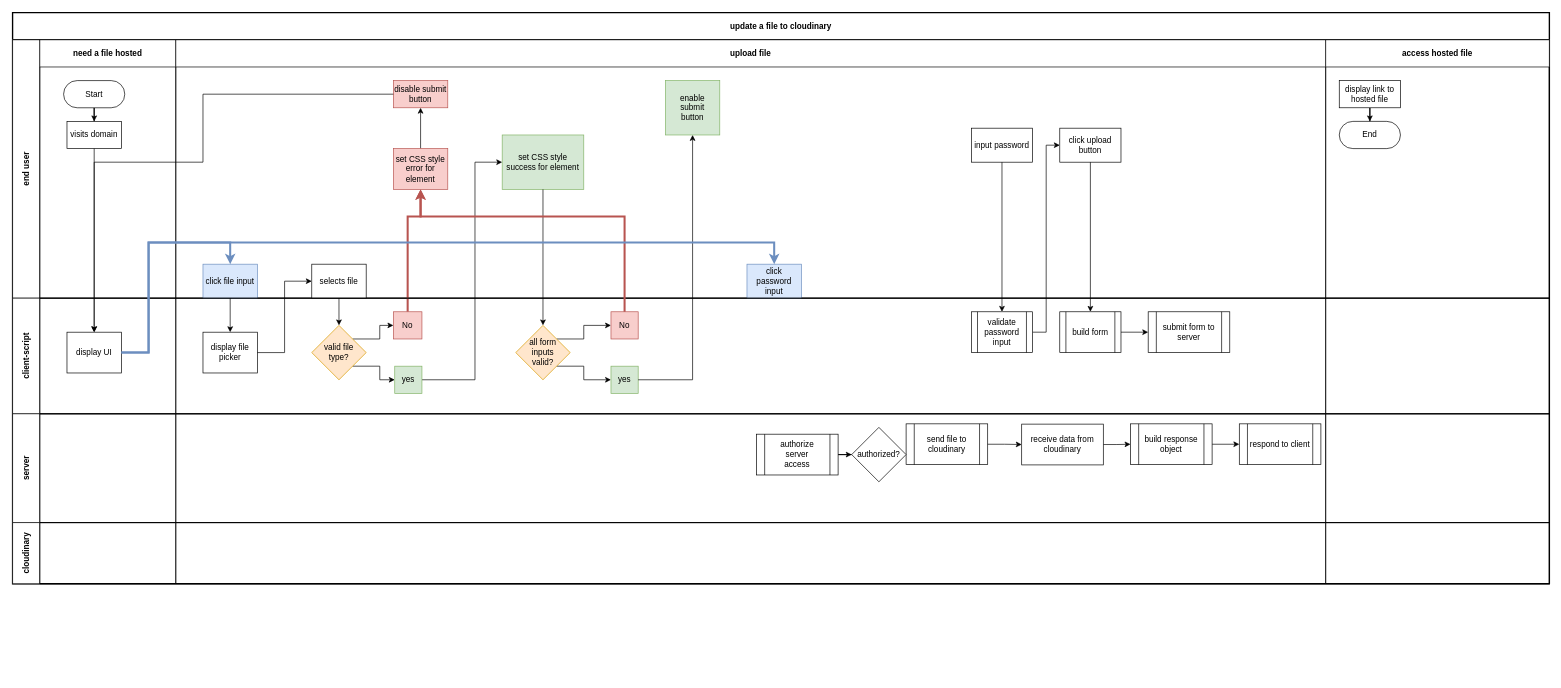
Before: process.drawio in samuelfox1/cloudinary-multer-multimedia-uploader, a draw.io diagram. Source tidied: cells renumbered, new cells numbered last; positions are measured from the earlier drawing's top-left corner, leaving out a move shared by most shapes. Both pictures are drawn from the tidied source at 68%, with x=0, y=0 at pixel (12, 12).
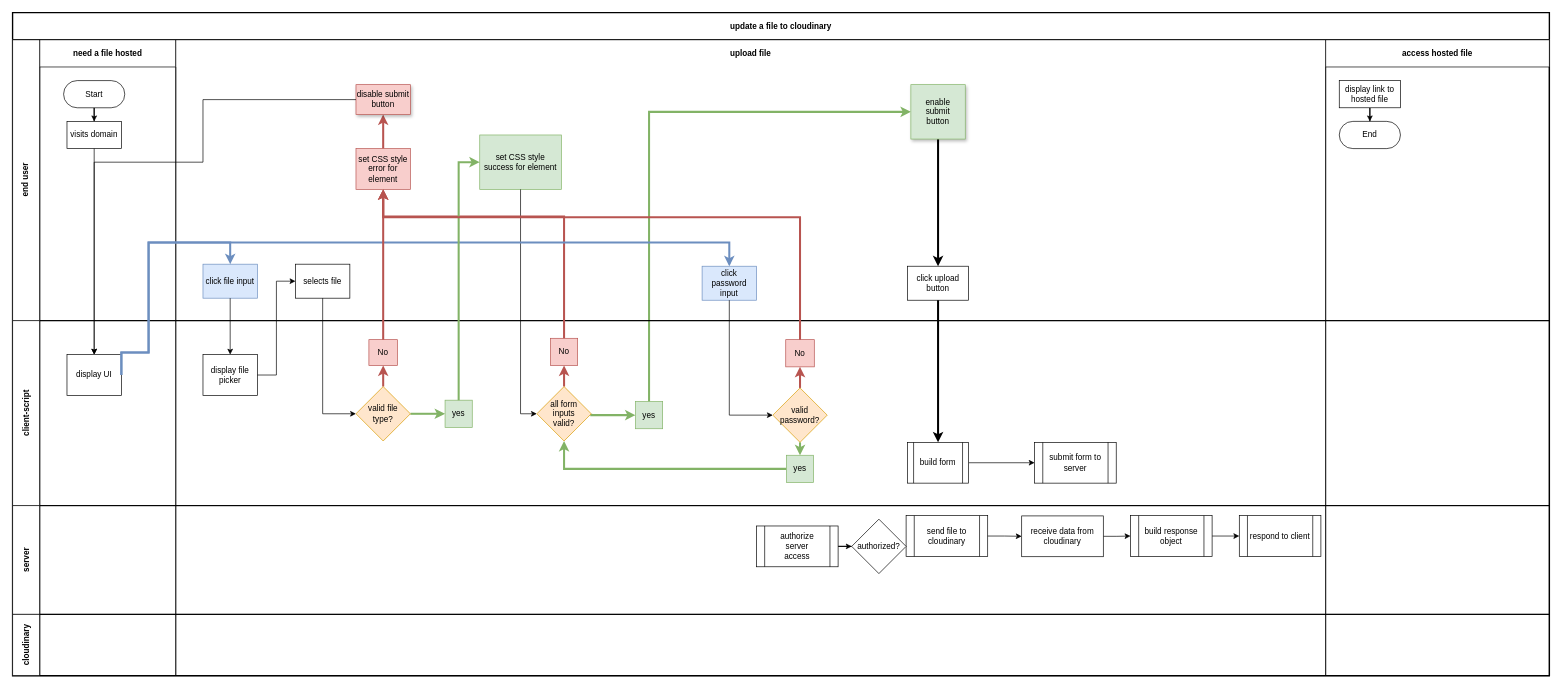
The same diagram, later.

The change refers to these unchanged cells:
```xml
<mxCell id="32" value="display UI" style="rounded=0;whiteSpace=wrap;html=1;" parent="31" vertex="1">
  <mxGeometry x="40" y="50" width="80" height="60" as="geometry" />
</mxCell>
```

The edit, as a diff of the source:
```diff
@@
     <mxCell id="2" value="update a file to cloudinary" style="shape=table;childLayout=tableLayout;rowLines=0;columnLines=0;startSize=40;html=1;whiteSpace=wrap;fontStyle=1;strokeWidth=2;" parent="1" vertex="1">
-      <mxGeometry width="2260" height="840" as="geometry" />
+      <mxGeometry width="2260" height="975.3" as="geometry" />
     </mxCell>
+    <mxCell id="71" style="edgeStyle=orthogonalEdgeStyle;rounded=0;jettySize=auto;html=1;fillColor=#d5e8d4;strokeColor=#82b366;strokeWidth=3;entryX=0;entryY=0.5;entryDx=0;entryDy=0;" parent="2" edge="1" source="48" target="17">
+      <mxGeometry relative="1" as="geometry">
+        <Array as="points">
+          <mxPoint x="936" y="146" />
+        </Array>
+      </mxGeometry>
+    </mxCell>
     <mxCell id="3" value="end user" style="swimlane;horizontal=0;startSize=40;html=1;whiteSpace=wrap;" parent="2" vertex="1">
-      <mxGeometry y="40" width="2260" height="380" as="geometry" />
+      <mxGeometry y="40" width="2260" height="413" as="geometry" />
     </mxCell>
     <mxCell id="4" value="need a file hosted" style="swimlane;startSize=40;html=1;whiteSpace=wrap;" parent="3" vertex="1">
-      <mxGeometry x="40" width="200" height="380" as="geometry" />
+      <mxGeometry x="40" width="200" height="413" as="geometry" />
     </mxCell>
@@
-    <mxCell id="8" value="upload file" style="swimlane;startSize=40;html=1;whiteSpace=wrap;" parent="3" vertex="1">
-      <mxGeometry x="240" width="1691" height="380" as="geometry" />
+    <mxCell id="8" value="upload file" style="swimlane;startSize=40;html=1;whiteSpace=wrap;swimlaneLine=0;shadow=0;" parent="3" vertex="1">
+      <mxGeometry x="240" width="1691" height="413" as="geometry" />
     </mxCell>
@@
     <mxCell id="10" value="selects file" style="rounded=0;whiteSpace=wrap;html=1;" parent="8" vertex="1">
-      <mxGeometry x="200" y="330" width="80" height="50" as="geometry" />
+      <mxGeometry x="176" y="330" width="80" height="50" as="geometry" />
     </mxCell>
-    <mxCell id="11" value="input password" style="rounded=0;whiteSpace=wrap;html=1;" parent="8" vertex="1">
-      <mxGeometry x="1170" y="130" width="90" height="50" as="geometry" />
-    </mxCell>
     <mxCell id="12" value="click upload button" style="rounded=0;whiteSpace=wrap;html=1;" parent="8" vertex="1">
-      <mxGeometry x="1300" y="130" width="90" height="50" as="geometry" />
+      <mxGeometry x="1076" y="333" width="90" height="50" as="geometry" />
     </mxCell>
-    <mxCell id="13" style="edgeStyle=orthogonalEdgeStyle;rounded=0;jettySize=auto;html=1;" parent="8" edge="1" source="14" target="16">
+    <mxCell id="13" style="edgeStyle=orthogonalEdgeStyle;rounded=0;jettySize=auto;html=1;fillColor=#f8cecc;strokeColor=#b85450;strokeWidth=3;" parent="8" edge="1" source="14" target="16">
       <mxGeometry relative="1" as="geometry" />
     </mxCell>
     <mxCell id="14" value="set CSS style &lt;br&gt;error for element" style="whiteSpace=wrap;html=1;fillColor=#f8cecc;strokeColor=#b85450;" parent="8" vertex="1">
-      <mxGeometry x="320" y="160" width="80" height="60" as="geometry" />
+      <mxGeometry x="265" y="160" width="80" height="60" as="geometry" />
     </mxCell>
     <mxCell id="15" value="set CSS style&lt;br&gt;success for element" style="whiteSpace=wrap;html=1;fillColor=#d5e8d4;strokeColor=#82b366;" parent="8" vertex="1">
-      <mxGeometry x="480" y="140" width="120" height="80" as="geometry" />
+      <mxGeometry x="447" y="140" width="120" height="80" as="geometry" />
     </mxCell>
-    <mxCell id="16" value="disable submit&lt;br&gt;button" style="whiteSpace=wrap;html=1;fillColor=#f8cecc;strokeColor=#b85450;" parent="8" vertex="1">
-      <mxGeometry x="320" y="60" width="80" height="40" as="geometry" />
+    <mxCell id="16" value="disable submit&lt;br&gt;button" style="whiteSpace=wrap;html=1;fillColor=#f8cecc;strokeColor=#b85450;shadow=1;" parent="8" vertex="1">
+      <mxGeometry x="265" y="66" width="80" height="44" as="geometry" />
     </mxCell>
+    <mxCell id="76" style="edgeStyle=orthogonalEdgeStyle;rounded=0;jettySize=auto;html=1;exitX=0.5;exitY=1;exitDx=0;exitDy=0;entryX=0.5;entryY=0;entryDx=0;entryDy=0;strokeWidth=3;" parent="8" edge="1" source="17" target="12">
+      <mxGeometry relative="1" as="geometry" />
+    </mxCell>
-    <mxCell id="17" value="enable&lt;br&gt;submit&lt;br&gt;button" style="whiteSpace=wrap;html=1;fillColor=#d5e8d4;strokeColor=#82b366;" parent="8" vertex="1">
-      <mxGeometry x="720" y="60" width="80" height="80" as="geometry" />
+    <mxCell id="17" value="enable&lt;br&gt;submit&lt;br&gt;button" style="whiteSpace=wrap;html=1;fillColor=#d5e8d4;strokeColor=#82b366;shadow=1;" parent="8" vertex="1">
+      <mxGeometry x="1081" y="66" width="80" height="80" as="geometry" />
     </mxCell>
     <mxCell id="18" value="click password input" style="rounded=0;whiteSpace=wrap;html=1;fillColor=#dae8fc;strokeColor=#6c8ebf;" parent="8" vertex="1">
-      <mxGeometry x="840" y="330" width="80" height="50" as="geometry" />
+      <mxGeometry x="774" y="333" width="80" height="50" as="geometry" />
     </mxCell>
     <mxCell id="19" value="access hosted file" style="swimlane;startSize=40;html=1;whiteSpace=wrap;" parent="3" vertex="1">
-      <mxGeometry x="1931" width="329" height="380" as="geometry" />
+      <mxGeometry x="1931" width="329" height="413" as="geometry" />
     </mxCell>
@@
-    <mxCell id="24" style="edgeStyle=orthogonalEdgeStyle;rounded=0;jettySize=auto;html=1;exitX=0.5;exitY=1;exitDx=0;exitDy=0;entryX=0.5;entryY=0;entryDx=0;entryDy=0;" parent="2" edge="1" source="11" target="35">
-      <mxGeometry relative="1" as="geometry" />
-    </mxCell>
-    <mxCell id="25" style="edgeStyle=orthogonalEdgeStyle;rounded=0;jettySize=auto;html=1;exitX=1;exitY=0.5;exitDx=0;exitDy=0;entryX=0;entryY=0.5;entryDx=0;entryDy=0;" parent="2" edge="1" source="35" target="12">
-      <mxGeometry relative="1" as="geometry" />
-    </mxCell>
-    <mxCell id="26" style="edgeStyle=orthogonalEdgeStyle;rounded=0;jettySize=auto;html=1;exitX=0.5;exitY=1;exitDx=0;exitDy=0;entryX=0.5;entryY=0;entryDx=0;entryDy=0;" parent="2" edge="1" source="12" target="37">
-      <mxGeometry relative="1" as="geometry" />
-    </mxCell>
-    <mxCell id="27" style="edgeStyle=orthogonalEdgeStyle;rounded=0;jettySize=auto;html=1;entryX=0;entryY=0.5;entryDx=0;entryDy=0;strokeWidth=1;" parent="2" edge="1" source="43" target="15">
-      <mxGeometry relative="1" as="geometry">
-        <Array as="points">
-          <mxPoint x="680" y="540" />
-          <mxPoint x="680" y="220" />
-        </Array>
-      </mxGeometry>
-    </mxCell>
-    <mxCell id="28" style="edgeStyle=orthogonalEdgeStyle;rounded=0;jettySize=auto;html=1;" parent="2" edge="1" source="15" target="46">
+    <mxCell id="28" style="edgeStyle=orthogonalEdgeStyle;rounded=0;jettySize=auto;html=1;entryX=0;entryY=0.5;entryDx=0;entryDy=0;" parent="2" edge="1" source="15" target="46">
       <mxGeometry relative="1" as="geometry" />
     </mxCell>
-    <mxCell id="29" style="edgeStyle=orthogonalEdgeStyle;rounded=0;jettySize=auto;html=1;exitX=0.5;exitY=0;exitDx=0;exitDy=0;entryX=0.5;entryY=1;entryDx=0;entryDy=0;fillColor=#f8cecc;strokeColor=#b85450;strokeWidth=3;" parent="2" edge="1" source="42" target="14">
-      <mxGeometry relative="1" as="geometry">
-        <Array as="points">
-          <mxPoint x="581" y="300" />
-          <mxPoint x="600" y="300" />
-        </Array>
-      </mxGeometry>
-    </mxCell>
     <mxCell id="30" value="client-script" style="swimlane;horizontal=0;startSize=40;html=1;whiteSpace=wrap;" parent="2" vertex="1">
-      <mxGeometry y="420" width="2260" height="170" as="geometry" />
+      <mxGeometry y="453" width="2260" height="272" as="geometry" />
     </mxCell>
     <mxCell id="31" style="swimlane;startSize=0;html=1;whiteSpace=wrap;" parent="30" vertex="1">
-      <mxGeometry x="40" width="200" height="170" as="geometry" />
+      <mxGeometry x="40" width="200" height="272" as="geometry" />
     </mxCell>
@@
     <mxCell id="33" style="swimlane;startSize=0;html=1;whiteSpace=wrap;" parent="30" vertex="1">
-      <mxGeometry x="240" width="1691" height="170" as="geometry" />
+      <mxGeometry x="240" width="1691" height="272" as="geometry" />
     </mxCell>
@@
-    <mxCell id="35" value="validate password&lt;br&gt;input" style="shape=process;whiteSpace=wrap;html=1;backgroundOutline=1;" parent="33" vertex="1">
-      <mxGeometry x="1170" y="20" width="90" height="60" as="geometry" />
-    </mxCell>
@@
     <mxCell id="37" value="build form" style="shape=process;whiteSpace=wrap;html=1;backgroundOutline=1;rounded=0;shadow=0;glass=0;sketch=0;fillColor=default;gradientColor=none;" parent="33" vertex="1">
-      <mxGeometry x="1300" y="20" width="90" height="60" as="geometry" />
+      <mxGeometry x="1076" y="179" width="90" height="60" as="geometry" />
     </mxCell>
     <mxCell id="38" value="submit form to server" style="shape=process;whiteSpace=wrap;html=1;backgroundOutline=1;rounded=0;shadow=0;glass=0;sketch=0;fillColor=default;gradientColor=none;" parent="33" vertex="1">
-      <mxGeometry x="1430" y="20" width="120" height="60" as="geometry" />
+      <mxGeometry x="1263" y="179" width="120" height="60" as="geometry" />
     </mxCell>
+    <mxCell id="40" style="edgeStyle=orthogonalEdgeStyle;rounded=0;jettySize=auto;html=1;exitX=1;exitY=0.5;exitDx=0;exitDy=0;entryX=0;entryY=0.5;entryDx=0;entryDy=0;strokeWidth=3;fillColor=#d5e8d4;strokeColor=#82b366;" parent="33" edge="1" source="41" target="43">
+      <mxGeometry relative="1" as="geometry" />
+    </mxCell>
-    <mxCell id="39" style="edgeStyle=orthogonalEdgeStyle;rounded=0;jettySize=auto;html=1;exitX=1;exitY=0;exitDx=0;exitDy=0;entryX=0;entryY=0.5;entryDx=0;entryDy=0;" parent="33" edge="1" source="41" target="42">
-      <mxGeometry relative="1" as="geometry">
-        <Array as="points">
-          <mxPoint x="300" y="60" />
-          <mxPoint x="300" y="40" />
-        </Array>
-      </mxGeometry>
+    <mxCell id="39" style="edgeStyle=orthogonalEdgeStyle;rounded=0;jettySize=auto;html=1;exitX=0.5;exitY=0;exitDx=0;exitDy=0;entryX=0.5;entryY=1;entryDx=0;entryDy=0;strokeWidth=3;fillColor=#f8cecc;strokeColor=#b85450;" parent="33" edge="1" source="41" target="42">
+      <mxGeometry relative="1" as="geometry" />
     </mxCell>
-    <mxCell id="40" style="edgeStyle=orthogonalEdgeStyle;rounded=0;jettySize=auto;html=1;exitX=1;exitY=1;exitDx=0;exitDy=0;entryX=0;entryY=0.5;entryDx=0;entryDy=0;" parent="33" edge="1" source="41" target="43">
-      <mxGeometry relative="1" as="geometry">
-        <Array as="points">
-          <mxPoint x="300" y="100" />
-          <mxPoint x="300" y="120" />
-        </Array>
-      </mxGeometry>
-    </mxCell>
     <mxCell id="41" value="valid file &lt;br&gt;type?" style="rhombus;whiteSpace=wrap;html=1;fillColor=#ffe6cc;strokeColor=#d79b00;" parent="33" vertex="1">
-      <mxGeometry x="200" y="40" width="80" height="80" as="geometry" />
+      <mxGeometry x="265" y="97" width="80" height="80" as="geometry" />
     </mxCell>
-    <mxCell id="42" value="No" style="whiteSpace=wrap;html=1;fillColor=#f8cecc;strokeColor=#b85450;" parent="33" vertex="1">
-      <mxGeometry x="320" y="20" width="42" height="40" as="geometry" />
-    </mxCell>
     <mxCell id="43" value="yes" style="whiteSpace=wrap;html=1;fillColor=#d5e8d4;strokeColor=#82b366;" parent="33" vertex="1">
-      <mxGeometry x="322" y="100" width="40" height="40" as="geometry" />
+      <mxGeometry x="396" y="117" width="40" height="40" as="geometry" />
     </mxCell>
+    <mxCell id="45" style="edgeStyle=orthogonalEdgeStyle;rounded=0;jettySize=auto;html=1;exitX=1;exitY=0.5;exitDx=0;exitDy=0;entryX=0;entryY=0.5;entryDx=0;entryDy=0;fillColor=#d5e8d4;strokeColor=#82b366;strokeWidth=3;" parent="33" edge="1" source="46" target="48">
+      <mxGeometry relative="1" as="geometry">
+        <Array as="points">
+          <mxPoint x="611" y="139" />
+        </Array>
+      </mxGeometry>
+    </mxCell>
-    <mxCell id="44" style="edgeStyle=orthogonalEdgeStyle;rounded=0;jettySize=auto;html=1;exitX=1;exitY=0;exitDx=0;exitDy=0;entryX=0;entryY=0.5;entryDx=0;entryDy=0;" parent="33" edge="1" source="46" target="47">
-      <mxGeometry relative="1" as="geometry">
-        <Array as="points">
-          <mxPoint x="600" y="60" />
-          <mxPoint x="600" y="40" />
-        </Array>
-      </mxGeometry>
+    <mxCell id="44" style="edgeStyle=orthogonalEdgeStyle;rounded=0;jettySize=auto;html=1;exitX=0.5;exitY=0;exitDx=0;exitDy=0;entryX=0.5;entryY=1;entryDx=0;entryDy=0;strokeWidth=3;fillColor=#f8cecc;strokeColor=#b85450;" parent="33" edge="1" source="46" target="47">
+      <mxGeometry relative="1" as="geometry" />
     </mxCell>
-    <mxCell id="45" style="edgeStyle=orthogonalEdgeStyle;rounded=0;jettySize=auto;html=1;exitX=1;exitY=1;exitDx=0;exitDy=0;entryX=0;entryY=0.5;entryDx=0;entryDy=0;" parent="33" edge="1" source="46" target="48">
-      <mxGeometry relative="1" as="geometry">
-        <Array as="points">
-          <mxPoint x="600" y="100" />
-          <mxPoint x="600" y="120" />
-        </Array>
-      </mxGeometry>
-    </mxCell>
     <mxCell id="46" value="all form&lt;br&gt;inputs&lt;br&gt;valid?" style="rhombus;whiteSpace=wrap;html=1;fillColor=#ffe6cc;strokeColor=#d79b00;" parent="33" vertex="1">
-      <mxGeometry x="500" y="40" width="80" height="80" as="geometry" />
+      <mxGeometry x="531" y="97" width="80" height="80" as="geometry" />
     </mxCell>
     <mxCell id="47" value="No" style="whiteSpace=wrap;html=1;fillColor=#f8cecc;strokeColor=#b85450;" parent="33" vertex="1">
-      <mxGeometry x="640" y="20" width="40" height="40" as="geometry" />
+      <mxGeometry x="551" y="26" width="40" height="40" as="geometry" />
     </mxCell>
     <mxCell id="48" value="yes" style="whiteSpace=wrap;html=1;fillColor=#d5e8d4;strokeColor=#82b366;" parent="33" vertex="1">
-      <mxGeometry x="640" y="100" width="40" height="40" as="geometry" />
+      <mxGeometry x="676" y="119" width="40" height="40" as="geometry" />
     </mxCell>
+    <mxCell id="77" style="edgeStyle=orthogonalEdgeStyle;rounded=0;jettySize=auto;html=1;exitX=0.5;exitY=0;exitDx=0;exitDy=0;entryX=0.5;entryY=1;entryDx=0;entryDy=0;strokeWidth=3;fillColor=#f8cecc;strokeColor=#b85450;" parent="33" edge="1" source="79" target="80">
+      <mxGeometry relative="1" as="geometry" />
+    </mxCell>
+    <mxCell id="78" style="edgeStyle=orthogonalEdgeStyle;rounded=0;jettySize=auto;html=1;exitX=0.5;exitY=1;exitDx=0;exitDy=0;entryX=0.5;entryY=0;entryDx=0;entryDy=0;strokeWidth=3;fillColor=#d5e8d4;strokeColor=#82b366;" parent="33" edge="1" source="79" target="82">
+      <mxGeometry relative="1" as="geometry" />
+    </mxCell>
+    <mxCell id="79" value="valid&lt;br&gt;password?" style="rhombus;whiteSpace=wrap;html=1;fillColor=#ffe6cc;strokeColor=#d79b00;" parent="33" vertex="1">
+      <mxGeometry x="878" y="99" width="80" height="80" as="geometry" />
+    </mxCell>
+    <mxCell id="80" value="No" style="whiteSpace=wrap;html=1;fillColor=#f8cecc;strokeColor=#b85450;" parent="33" vertex="1">
+      <mxGeometry x="897" y="28" width="42" height="40" as="geometry" />
+    </mxCell>
+    <mxCell id="81" style="edgeStyle=orthogonalEdgeStyle;rounded=0;jettySize=auto;html=1;exitX=0;exitY=0.5;exitDx=0;exitDy=0;entryX=0.5;entryY=1;entryDx=0;entryDy=0;strokeWidth=3;fillColor=#d5e8d4;strokeColor=#82b366;" parent="33" edge="1" source="82" target="46">
+      <mxGeometry relative="1" as="geometry" />
+    </mxCell>
+    <mxCell id="82" value="yes" style="whiteSpace=wrap;html=1;fillColor=#d5e8d4;strokeColor=#82b366;" parent="33" vertex="1">
+      <mxGeometry x="898" y="198" width="40" height="40" as="geometry" />
+    </mxCell>
+    <mxCell id="42" value="No" style="whiteSpace=wrap;html=1;fillColor=#f8cecc;strokeColor=#b85450;" parent="33" vertex="1">
+      <mxGeometry x="284" y="28" width="42" height="38" as="geometry" />
+    </mxCell>
     <mxCell id="49" style="swimlane;startSize=0;html=1;whiteSpace=wrap;" parent="30" vertex="1">
-      <mxGeometry x="1931" width="329" height="170" as="geometry" />
+      <mxGeometry x="1931" width="329" height="272" as="geometry" />
     </mxCell>
     <mxCell id="50" value="server" style="swimlane;horizontal=0;startSize=40;html=1;whiteSpace=wrap;swimlaneFillColor=none;gradientColor=none;fillColor=default;" parent="2" vertex="1">
-      <mxGeometry y="590" width="2260" height="160" as="geometry" />
+      <mxGeometry y="725" width="2260" height="160" as="geometry" />
     </mxCell>
@@
     <mxCell id="64" value="cloudinary" style="swimlane;horizontal=0;startSize=40;html=1;whiteSpace=wrap;swimlaneFillColor=none;gradientColor=none;fillColor=default;" parent="2" vertex="1">
-      <mxGeometry y="750" width="2260" height="90" as="geometry" />
+      <mxGeometry y="885" width="2260" height="90" as="geometry" />
     </mxCell>
@@
-    <mxCell id="68" style="edgeStyle=orthogonalEdgeStyle;rounded=0;jettySize=auto;html=1;exitX=0.5;exitY=1;exitDx=0;exitDy=0;entryX=0.5;entryY=0;entryDx=0;entryDy=0;" parent="2" edge="1" source="10" target="41">
+    <mxCell id="68" style="edgeStyle=orthogonalEdgeStyle;rounded=0;jettySize=auto;html=1;exitX=0.5;exitY=1;exitDx=0;exitDy=0;entryX=0;entryY=0.5;entryDx=0;entryDy=0;" parent="2" edge="1" source="10" target="41">
       <mxGeometry relative="1" as="geometry" />
     </mxCell>
@@
-    <mxCell id="70" style="edgeStyle=orthogonalEdgeStyle;rounded=0;jettySize=auto;html=1;exitX=0.5;exitY=0;exitDx=0;exitDy=0;entryX=0.5;entryY=1;entryDx=0;entryDy=0;fillColor=#f8cecc;strokeColor=#b85450;strokeWidth=3;" parent="2" edge="1" source="47" target="14">
+    <mxCell id="70" style="edgeStyle=orthogonalEdgeStyle;rounded=0;jettySize=auto;html=1;entryX=0.5;entryY=1;entryDx=0;entryDy=0;fillColor=#f8cecc;strokeColor=#b85450;strokeWidth=3;exitX=0.5;exitY=0;exitDx=0;exitDy=0;" parent="2" edge="1" source="47" target="14">
       <mxGeometry relative="1" as="geometry">
         <Array as="points">
-          <mxPoint x="900" y="300" />
-          <mxPoint x="600" y="300" />
+          <mxPoint x="811" y="300" />
+          <mxPoint x="545" y="300" />
         </Array>
       </mxGeometry>
     </mxCell>
-    <mxCell id="71" style="edgeStyle=orthogonalEdgeStyle;rounded=0;jettySize=auto;html=1;" parent="2" edge="1" source="48" target="17">
-      <mxGeometry relative="1" as="geometry" />
-    </mxCell>
     <mxCell id="72" style="edgeStyle=orthogonalEdgeStyle;rounded=0;jettySize=auto;html=1;exitX=0;exitY=0.5;exitDx=0;exitDy=0;" parent="2" edge="1" source="16" target="32">
       <mxGeometry relative="1" as="geometry">
         <Array as="points">
-          <mxPoint x="280" y="120" />
+          <mxPoint x="280" y="128" />
           <mxPoint x="280" y="220" />
           <mxPoint x="120" y="220" />
         </Array>
       </mxGeometry>
     </mxCell>
@@
     <mxCell id="75" style="edgeStyle=orthogonalEdgeStyle;rounded=0;jettySize=auto;html=1;exitX=1;exitY=0.5;exitDx=0;exitDy=0;entryX=0.5;entryY=0;entryDx=0;entryDy=0;fillColor=#dae8fc;strokeColor=#6c8ebf;strokeWidth=3;" parent="2" edge="1" source="32" target="18">
       <mxGeometry relative="1" as="geometry">
         <Array as="points">
+          <mxPoint x="160" y="500" />
           <mxPoint x="200" y="500" />
           <mxPoint x="200" y="338" />
-          <mxPoint x="1120" y="338" />
+          <mxPoint x="1054" y="338" />
+          <mxPoint x="1054" y="370" />
         </Array>
       </mxGeometry>
     </mxCell>
+    <mxCell id="27" style="edgeStyle=orthogonalEdgeStyle;rounded=0;jettySize=auto;html=1;strokeWidth=3;exitX=0.5;exitY=0;exitDx=0;exitDy=0;entryX=0;entryY=0.5;entryDx=0;entryDy=0;fillColor=#d5e8d4;strokeColor=#82b366;" parent="2" edge="1" source="43" target="15">
+      <mxGeometry relative="1" as="geometry">
+        <Array as="points">
+          <mxPoint x="656" y="220" />
+        </Array>
+      </mxGeometry>
+    </mxCell>
+    <mxCell id="83" style="edgeStyle=orthogonalEdgeStyle;rounded=0;jettySize=auto;html=1;exitX=0.5;exitY=0;exitDx=0;exitDy=0;entryX=0.5;entryY=1;entryDx=0;entryDy=0;strokeWidth=3;fillColor=#f8cecc;strokeColor=#b85450;" parent="2" edge="1" source="80" target="14">
+      <mxGeometry relative="1" as="geometry">
+        <Array as="points">
+          <mxPoint x="1158" y="301" />
+          <mxPoint x="545" y="301" />
+        </Array>
+      </mxGeometry>
+    </mxCell>
+    <mxCell id="29" style="edgeStyle=orthogonalEdgeStyle;rounded=0;jettySize=auto;html=1;exitX=0.5;exitY=0;exitDx=0;exitDy=0;entryX=0.5;entryY=1;entryDx=0;entryDy=0;strokeWidth=3;fillColor=#f8cecc;strokeColor=#b85450;" parent="2" edge="1" source="42" target="14">
+      <mxGeometry relative="1" as="geometry">
+        <Array as="points">
+          <mxPoint x="545" y="305" />
+          <mxPoint x="545" y="305" />
+        </Array>
+      </mxGeometry>
+    </mxCell>
+    <mxCell id="84" style="edgeStyle=orthogonalEdgeStyle;rounded=0;jettySize=auto;html=1;exitX=0.5;exitY=1;exitDx=0;exitDy=0;entryX=0;entryY=0.5;entryDx=0;entryDy=0;strokeWidth=1;" parent="2" edge="1" source="18" target="79">
+      <mxGeometry relative="1" as="geometry" />
+    </mxCell>
+    <mxCell id="26" style="edgeStyle=orthogonalEdgeStyle;rounded=0;jettySize=auto;html=1;exitX=0.5;exitY=1;exitDx=0;exitDy=0;entryX=0.5;entryY=0;entryDx=0;entryDy=0;strokeWidth=3;" parent="2" edge="1" source="12" target="37">
+      <mxGeometry relative="1" as="geometry" />
+    </mxCell>
```
